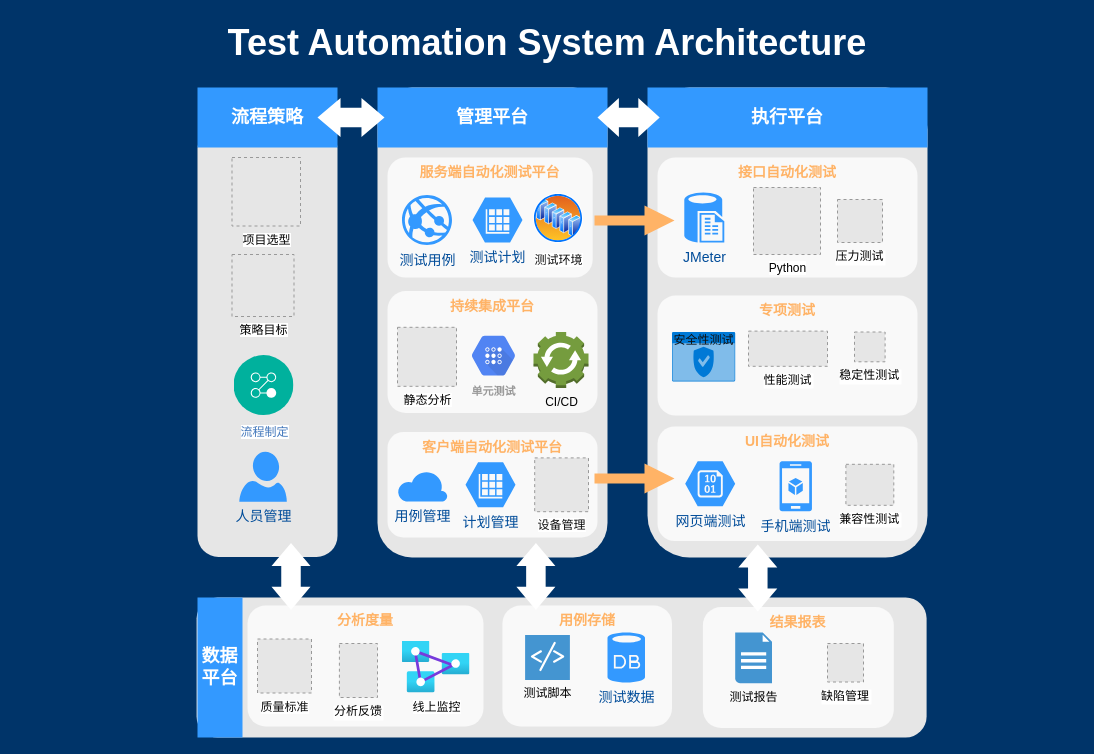
Above: arch.drawio in xiongxiaoqing614/diagrams (draw.io), before the change. Source tidied: cells renumbered, new cells numbered last; positions are measured from the earlier drawing's top-left corner, leaving out a move shared by most shapes. Both pictures are drawn from the tidied source at 100%, with x=0, y=0 at pixel (17, 17). Pictures stored in the file or linked from it are replaced by grey dashed boxes.
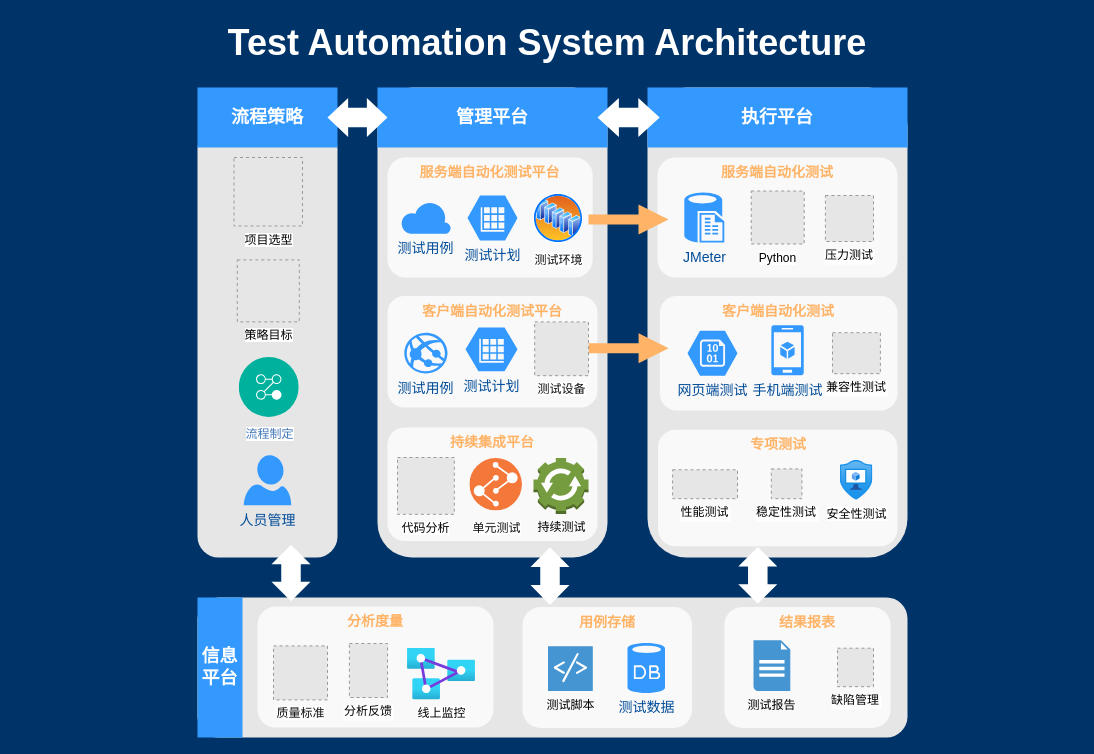
The same page after the edit.

Change to the diagram source:
```diff
@@
     <mxCell id="2" style="rounded=1;whiteSpace=wrap;html=1;dashed=1;strokeColor=none;strokeWidth=2;fillColor=#E6E6E6;fontFamily=Verdana;fontSize=12;fontColor=#00BEF2;" parent="1" vertex="1">
-      <mxGeometry x="180" y="110" width="140" height="429.4" as="geometry" />
+      <mxGeometry x="180" y="110.6" width="140" height="429.4" as="geometry" />
     </mxCell>
@@
     <mxCell id="4" style="rounded=1;whiteSpace=wrap;html=1;dashed=1;strokeColor=none;strokeWidth=2;fillColor=#E6E6E6;fontFamily=Verdana;fontSize=12;fontColor=#00BEF2;" parent="1" vertex="1">
-      <mxGeometry x="630" y="70" width="280" height="470" as="geometry" />
+      <mxGeometry x="630" y="70" width="260" height="470" as="geometry" />
     </mxCell>
@@
     <mxCell id="7" value="&lt;span&gt;执行平台&lt;/span&gt;" style="whiteSpace=wrap;html=1;dashed=1;strokeColor=none;strokeWidth=2;fillColor=#3399FF;fontFamily=Helvetica;fontSize=18;fontColor=#FFFFFF;fontStyle=1;" parent="1" vertex="1">
-      <mxGeometry x="630" y="70" width="280" height="60" as="geometry" />
+      <mxGeometry x="630" y="70" width="260" height="60" as="geometry" />
     </mxCell>
     <mxCell id="8" style="shape=mxgraph.arrows.two_way_arrow_horizontal;html=1;verticalLabelPosition=bottom;verticalAlign=top;strokeWidth=2;strokeColor=none;dashed=1;fillColor=#FFFFFF;fontFamily=Verdana;fontSize=12;fontColor=#00BEF2;" parent="1" vertex="1">
-      <mxGeometry x="300" y="80.5" width="67" height="39" as="geometry" />
+      <mxGeometry x="310" y="80.5" width="60" height="39" as="geometry" />
     </mxCell>
@@
     <mxCell id="10" value="人员管理" style="verticalLabelPosition=bottom;html=1;verticalAlign=top;strokeColor=none;fillColor=#3399FF;shape=mxgraph.azure.user;dashed=1;fontSize=14;fontColor=#004C99;" parent="1" vertex="1">
-      <mxGeometry x="221.8" y="434.2" width="47.5" height="50" as="geometry" />
+      <mxGeometry x="226.2" y="437.8" width="47.5" height="50" as="geometry" />
     </mxCell>
@@
-    <mxCell id="12" value="接口自动化测试" style="rounded=1;whiteSpace=wrap;html=1;dashed=1;strokeColor=none;strokeWidth=2;fillColor=#FFFFFF;fontFamily=Helvetica;fontSize=14;fontColor=#FFB366;opacity=75;verticalAlign=top;fontStyle=1;" parent="1" vertex="1">
-      <mxGeometry x="640" y="140" width="260" height="120" as="geometry" />
+    <mxCell id="12" value="服务端自动化测试" style="rounded=1;whiteSpace=wrap;html=1;dashed=1;strokeColor=none;strokeWidth=2;fillColor=#FFFFFF;fontFamily=Helvetica;fontSize=14;fontColor=#FFB366;opacity=75;verticalAlign=top;fontStyle=1;" parent="1" vertex="1">
+      <mxGeometry x="640" y="140" width="240" height="120" as="geometry" />
     </mxCell>
-    <mxCell id="13" value="UI自动化测试" style="rounded=1;whiteSpace=wrap;html=1;dashed=1;strokeColor=none;strokeWidth=2;fillColor=#FFFFFF;fontFamily=Helvetica;fontSize=14;fontColor=#FFB366;opacity=75;verticalAlign=top;fontStyle=1;" parent="1" vertex="1">
-      <mxGeometry x="640" y="409" width="260" height="114.5" as="geometry" />
+    <mxCell id="13" value="客户端自动化测试" style="rounded=1;whiteSpace=wrap;html=1;dashed=1;strokeColor=none;strokeWidth=2;fillColor=#FFFFFF;fontFamily=Helvetica;fontSize=14;fontColor=#FFB366;opacity=75;verticalAlign=top;fontStyle=1;" parent="1" vertex="1">
+      <mxGeometry x="642.2" y="278.5" width="237.8" height="114.5" as="geometry" />
     </mxCell>
@@
     <mxCell id="15" value="网页端测试" style="verticalLabelPosition=bottom;html=1;verticalAlign=top;strokeColor=none;fillColor=#3399FF;shape=mxgraph.azure.storage_blob;dashed=1;fontFamily=Helvetica;fontSize=14;fontColor=#004C99;" parent="1" vertex="1">
-      <mxGeometry x="667.7" y="443.8" width="50" height="45" as="geometry" />
+      <mxGeometry x="670" y="313.2" width="50" height="45" as="geometry" />
     </mxCell>
     <mxCell id="16" value="客户端自动化测试平台" style="rounded=1;whiteSpace=wrap;html=1;dashed=1;strokeColor=none;strokeWidth=2;fillColor=#FFFFFF;fontFamily=Helvetica;fontSize=14;fontColor=#FFB366;opacity=75;verticalAlign=top;fontStyle=1;" parent="1" vertex="1">
-      <mxGeometry x="370" y="414.5" width="210" height="105.5" as="geometry" />
+      <mxGeometry x="370" y="278.5" width="210" height="111.5" as="geometry" />
     </mxCell>
-    <mxCell id="17" value="用例管理" style="verticalLabelPosition=bottom;html=1;verticalAlign=top;strokeColor=none;fillColor=#3399FF;shape=mxgraph.azure.cloud;dashed=1;fontSize=14;fontColor=#004C99;" parent="1" vertex="1">
-      <mxGeometry x="380" y="453.2" width="50" height="31" as="geometry" />
-    </mxCell>
     <mxCell id="18" style="arrow;html=1;endArrow=block;endFill=1;strokeColor=none;strokeWidth=4;fontFamily=Helvetica;fontSize=36;fontColor=#FFB366;fillColor=#FFB366;" parent="1" edge="1">
       <mxGeometry relative="1" as="geometry">
-        <mxPoint x="577" y="461" as="sourcePoint" />
-        <mxPoint x="657" y="461" as="targetPoint" />
+        <mxPoint x="571.1" y="330.7" as="sourcePoint" />
+        <mxPoint x="651.1" y="330.7" as="targetPoint" />
       </mxGeometry>
     </mxCell>
@@
-    <mxCell id="20" value="测试用例" style="verticalLabelPosition=bottom;html=1;verticalAlign=top;strokeColor=none;fillColor=#3399FF;shape=mxgraph.azure.azure_website;dashed=1;fontSize=14;fontColor=#004C99;" parent="1" vertex="1">
-      <mxGeometry x="384.5" y="177.5" width="50" height="50" as="geometry" />
-    </mxCell>
-    <mxCell id="21" value="计划管理" style="verticalLabelPosition=bottom;html=1;verticalAlign=top;strokeColor=none;fillColor=#3399FF;shape=mxgraph.azure.storage_table;dashed=1;fontFamily=Helvetica;fontSize=14;fontColor=#004C99;" parent="1" vertex="1">
-      <mxGeometry x="448" y="444.8" width="50" height="45" as="geometry" />
+    <mxCell id="21" value="测试计划" style="verticalLabelPosition=bottom;html=1;verticalAlign=top;strokeColor=none;fillColor=#3399FF;shape=mxgraph.azure.storage_table;dashed=1;fontFamily=Helvetica;fontSize=14;fontColor=#004C99;" parent="1" vertex="1">
+      <mxGeometry x="448" y="310" width="52" height="43.7" as="geometry" />
     </mxCell>
     <mxCell id="22" value="测试计划" style="verticalLabelPosition=bottom;html=1;verticalAlign=top;strokeColor=none;fillColor=#3399FF;shape=mxgraph.azure.storage_table;dashed=1;fontFamily=Helvetica;fontSize=14;fontColor=#004C99;" parent="1" vertex="1">
-      <mxGeometry x="455" y="180" width="50" height="45" as="geometry" />
+      <mxGeometry x="450" y="178" width="50" height="45" as="geometry" />
     </mxCell>
     <mxCell id="23" value="Python" style="fillColor=#E6E6E6;strokeColor=#999999;dashed=1;html=1;verticalAlign=top;verticalLabelPosition=bottom;labelBackgroundColor=#ffffff;" parent="1" vertex="1">
-      <mxGeometry x="736" y="170" width="67" height="67" as="geometry" />
+      <mxGeometry x="733.7" y="173.5" width="53" height="53" as="geometry" />
     </mxCell>
     <mxCell id="24" value="手机端测试" style="verticalLabelPosition=bottom;html=1;verticalAlign=top;strokeColor=none;fillColor=#3399FF;shape=mxgraph.azure.mobile_services;dashed=1;fontFamily=Helvetica;fontSize=14;fontColor=#004C99;" parent="1" vertex="1">
-      <mxGeometry x="762" y="443.8" width="32.5" height="50" as="geometry" />
+      <mxGeometry x="753.8" y="307.7" width="32.5" height="50" as="geometry" />
     </mxCell>
     <mxCell id="25" value="压力测试" style="fillColor=#E6E6E6;strokeColor=#999999;dashed=1;verticalLabelPosition=bottom;labelBackgroundColor=#ffffff;verticalAlign=top;" parent="1" vertex="1">
-      <mxGeometry x="820" y="182" width="45" height="43" as="geometry" />
+      <mxGeometry x="807.9" y="178" width="48.1" height="46" as="geometry" />
     </mxCell>
-    <mxCell id="26" value="兼容性测试" style="fillColor=#E6E6E6;strokeColor=#999999;dashed=1;verticalLabelPosition=bottom;labelBackgroundColor=#ffffff;verticalAlign=top;" parent="1" vertex="1">
-      <mxGeometry x="828.4" y="446.8" width="47.9" height="41" as="geometry" />
-    </mxCell>
     <mxCell id="27" value="持续集成平台" style="rounded=1;whiteSpace=wrap;html=1;dashed=1;strokeColor=none;strokeWidth=2;fillColor=#FFFFFF;fontFamily=Helvetica;fontSize=14;fontColor=#FFB366;opacity=75;verticalAlign=top;fontStyle=1;" parent="1" vertex="1">
-      <mxGeometry x="370" y="273.6" width="210" height="121.9" as="geometry" />
+      <mxGeometry x="370" y="410" width="210" height="113.5" as="geometry" />
     </mxCell>
     <mxCell id="28" value="流程制定" style="perimeter=ellipsePerimeter;html=1;align=center;shadow=0;dashed=0;fontColor=#4277BB;labelBackgroundColor=#ffffff;fontSize=12;spacingTop=3;image;image=img/lib/ibm/management/process_management.svg;" parent="1" vertex="1">
-      <mxGeometry x="216.5" y="338.1" width="60" height="60" as="geometry" />
+      <mxGeometry x="221.8" y="340" width="60" height="60" as="geometry" />
     </mxCell>
     <mxCell id="29" value="项目选型" style="fillColor=#E6E6E6;strokeColor=#999999;dashed=1;html=1;verticalAlign=top;verticalLabelPosition=bottom;labelBackgroundColor=#ffffff;" parent="1" vertex="1">
-      <mxGeometry x="214.5" y="140" width="68.5" height="68.5" as="geometry" />
+      <mxGeometry x="216.5" y="140" width="68.5" height="68.5" as="geometry" />
     </mxCell>
     <mxCell id="30" value="策略目标" style="fillColor=#E6E6E6;strokeColor=#999999;dashed=1;html=1;verticalAlign=top;verticalLabelPosition=bottom;labelBackgroundColor=#ffffff;" parent="1" vertex="1">
-      <mxGeometry x="214.5" y="237" width="62" height="62" as="geometry" />
+      <mxGeometry x="219.8" y="242.4" width="62" height="62" as="geometry" />
     </mxCell>
-    <mxCell id="31" value="单元测试" style="html=1;fillColor=#5184F3;strokeColor=none;verticalAlign=top;labelPosition=center;verticalLabelPosition=bottom;align=center;spacingTop=-6;fontSize=11;fontStyle=1;fontColor=#999999;shape=mxgraph.gcp2.hexIcon;prIcon=cloud_test_lab;" parent="1" vertex="1">
-      <mxGeometry x="443" y="308.9" width="66" height="58.5" as="geometry" />
-    </mxCell>
     <mxCell id="32" style="rounded=1;whiteSpace=wrap;html=1;dashed=1;strokeColor=none;strokeWidth=2;fillColor=#E6E6E6;fontFamily=Verdana;fontSize=12;fontColor=#00BEF2;" parent="1" vertex="1">
-      <mxGeometry x="179.1" y="580" width="730" height="140" as="geometry" />
+      <mxGeometry x="180" y="580" width="710" height="140" as="geometry" />
     </mxCell>
-    <mxCell id="33" value="数据平台" style="whiteSpace=wrap;html=1;dashed=1;strokeColor=none;strokeWidth=2;fillColor=#3399FF;fontFamily=Helvetica;fontSize=18;fontColor=#FFFFFF;fontStyle=1;" parent="1" vertex="1">
+    <mxCell id="33" value="信息平台" style="whiteSpace=wrap;html=1;dashed=1;strokeColor=none;strokeWidth=2;fillColor=#3399FF;fontFamily=Helvetica;fontSize=18;fontColor=#FFFFFF;fontStyle=1;" parent="1" vertex="1">
       <mxGeometry x="180" y="580" width="45" height="140" as="geometry" />
     </mxCell>
     <mxCell id="34" value="用例存储" style="rounded=1;whiteSpace=wrap;html=1;dashed=1;strokeColor=none;strokeWidth=2;fillColor=#FFFFFF;fontFamily=Helvetica;fontSize=14;fontColor=#FFB366;opacity=75;verticalAlign=top;fontStyle=1;" parent="1" vertex="1">
-      <mxGeometry x="484.9" y="588" width="169.6" height="121" as="geometry" />
+      <mxGeometry x="505" y="589.5" width="169.6" height="121" as="geometry" />
     </mxCell>
     <mxCell id="35" value="测试数据" style="verticalLabelPosition=bottom;html=1;verticalAlign=top;strokeColor=none;fillColor=#3399FF;shape=mxgraph.azure.database;dashed=1;fontFamily=Helvetica;fontSize=14;fontColor=#004C99;" parent="1" vertex="1">
-      <mxGeometry x="590" y="615" width="37.5" height="50" as="geometry" />
+      <mxGeometry x="610" y="625.4" width="37.5" height="50" as="geometry" />
     </mxCell>
     <mxCell id="36" value="测试脚本" style="shadow=0;dashed=0;html=1;strokeColor=none;fillColor=#4495D1;labelPosition=center;verticalLabelPosition=bottom;verticalAlign=top;align=center;shape=mxgraph.veeam.script;" parent="1" vertex="1">
-      <mxGeometry x="507.6" y="617.6" width="44.8" height="44.8" as="geometry" />
+      <mxGeometry x="530.5" y="628.7" width="44.8" height="44.8" as="geometry" />
     </mxCell>
     <mxCell id="37" value="结果报表" style="rounded=1;whiteSpace=wrap;html=1;dashed=1;strokeColor=none;strokeWidth=2;fillColor=#FFFFFF;fontFamily=Helvetica;fontSize=14;fontColor=#FFB366;opacity=75;verticalAlign=top;fontStyle=1;" parent="1" vertex="1">
-      <mxGeometry x="685.4" y="589.5" width="190.9" height="121" as="geometry" />
+      <mxGeometry x="706.8" y="589.5" width="166.3" height="121" as="geometry" />
     </mxCell>
     <mxCell id="38" value="测试报告" style="shadow=0;dashed=0;html=1;strokeColor=none;fillColor=#4495D1;labelPosition=center;verticalLabelPosition=bottom;verticalAlign=top;align=center;shape=mxgraph.veeam.2d.report;" parent="1" vertex="1">
-      <mxGeometry x="717.7" y="614.9" width="36.8" height="50.8" as="geometry" />
+      <mxGeometry x="736" y="622.7" width="36.8" height="50.8" as="geometry" />
     </mxCell>
     <mxCell id="39" value="缺陷管理" style="fillColor=#E6E6E6;strokeColor=#999999;dashed=1;verticalLabelPosition=bottom;labelBackgroundColor=#ffffff;verticalAlign=top;" parent="1" vertex="1">
-      <mxGeometry x="810" y="626" width="36" height="38.5" as="geometry" />
+      <mxGeometry x="820" y="630.7" width="36" height="38.5" as="geometry" />
     </mxCell>
     <mxCell id="40" value="专项测试" style="rounded=1;whiteSpace=wrap;html=1;dashed=1;strokeColor=none;strokeWidth=2;fillColor=#FFFFFF;fontFamily=Helvetica;fontSize=14;fontColor=#FFB366;opacity=75;verticalAlign=top;fontStyle=1;" parent="1" vertex="1">
-      <mxGeometry x="640" y="278.1" width="260" height="120" as="geometry" />
+      <mxGeometry x="640.5" y="412.3" width="239.5" height="116.5" as="geometry" />
     </mxCell>
-    <mxCell id="41" value="安全性测试" style="html=1;strokeColor=none;fillColor=#0079D6;labelPosition=center;verticalLabelPosition=middle;verticalAlign=top;align=center;fontSize=12;spacingTop=-6;shape=mxgraph.sitemap.security;fontColor=#0F0F0F;" parent="1" vertex="1">
-      <mxGeometry x="654.5" y="314.5" width="63.2" height="49.5" as="geometry" />
-    </mxCell>
     <mxCell id="42" value="稳定性测试" style="fillColor=#E6E6E6;strokeColor=#999999;dashed=1;verticalLabelPosition=bottom;labelBackgroundColor=#ffffff;verticalAlign=top;" parent="1" vertex="1">
-      <mxGeometry x="837" y="314.5" width="30.6" height="29.8" as="geometry" />
+      <mxGeometry x="753.8" y="451.4" width="30.6" height="29.8" as="geometry" />
     </mxCell>
     <mxCell id="43" value="性能测试" style="fillColor=#E6E6E6;strokeColor=#999999;dashed=1;verticalLabelPosition=bottom;labelBackgroundColor=#ffffff;verticalAlign=top;" parent="1" vertex="1">
-      <mxGeometry x="731" y="313.6" width="79" height="35.2" as="geometry" />
+      <mxGeometry x="655.1" y="452.3" width="64.9" height="28.9" as="geometry" />
     </mxCell>
-    <mxCell id="44" value="静态分析" style="fillColor=#E6E6E6;strokeColor=#999999;dashed=1;html=1;verticalAlign=top;verticalLabelPosition=bottom;labelBackgroundColor=#ffffff;" parent="1" vertex="1">
-      <mxGeometry x="380" y="309.8" width="59" height="59" as="geometry" />
+    <mxCell id="44" value="代码分析" style="fillColor=#E6E6E6;strokeColor=#999999;dashed=1;html=1;verticalAlign=top;verticalLabelPosition=bottom;labelBackgroundColor=#ffffff;" parent="1" vertex="1">
+      <mxGeometry x="380" y="440" width="56.8" height="56.8" as="geometry" />
     </mxCell>
     <mxCell id="45" style="arrow;html=1;endArrow=block;endFill=1;strokeColor=none;strokeWidth=4;fontFamily=Helvetica;fontSize=36;fontColor=#FFB366;fillColor=#FFB366;opacity=100;" parent="1" edge="1">
       <mxGeometry relative="1" as="geometry">
-        <mxPoint x="577" y="203" as="sourcePoint" />
-        <mxPoint x="657" y="203" as="targetPoint" />
+        <mxPoint x="571" y="202" as="sourcePoint" />
+        <mxPoint x="651" y="202" as="targetPoint" />
       </mxGeometry>
     </mxCell>
     <mxCell id="46" value="分析度量" style="rounded=1;whiteSpace=wrap;html=1;dashed=1;strokeColor=none;strokeWidth=2;fillColor=#FFFFFF;fontFamily=Helvetica;fontSize=14;fontColor=#FFB366;opacity=75;verticalAlign=top;fontStyle=1;" parent="1" vertex="1">
-      <mxGeometry x="230" y="588" width="236" height="121" as="geometry" />
+      <mxGeometry x="240" y="589.1" width="236" height="121" as="geometry" />
     </mxCell>
     <mxCell id="47" value="分析反馈" style="fillColor=#E6E6E6;strokeColor=#999999;dashed=1;verticalLabelPosition=bottom;labelBackgroundColor=#ffffff;verticalAlign=top;" parent="1" vertex="1">
-      <mxGeometry x="321.9" y="626" width="38.1" height="54" as="geometry" />
+      <mxGeometry x="331.9" y="626" width="38.1" height="54" as="geometry" />
     </mxCell>
     <mxCell id="48" value="线上监控" style="html=1;align=center;image;fontSize=12;image=img/lib/azure2/analytics/Analysis_Services.svg;" parent="1" vertex="1">
-      <mxGeometry x="384.5" y="623.7" width="68" height="51.8" as="geometry" />
+      <mxGeometry x="390" y="630.6" width="68" height="51.8" as="geometry" />
     </mxCell>
     <mxCell id="49" value="质量标准" style="fillColor=#E6E6E6;strokeColor=#999999;dashed=1;html=1;verticalAlign=top;verticalLabelPosition=bottom;labelBackgroundColor=#ffffff;fontColor=#0F0F0F;" parent="1" vertex="1">
-      <mxGeometry x="240" y="621.5" width="54" height="54" as="geometry" />
+      <mxGeometry x="256" y="628.4" width="54" height="54" as="geometry" />
     </mxCell>
-    <mxCell id="50" value="CI/CD" style="dashed=0;verticalLabelPosition=bottom;verticalAlign=top;align=center;html=1;shape=mxgraph.aws3.automation;fillColor=#759C3E;gradientColor=none;" parent="1" vertex="1">
-      <mxGeometry x="516" y="314.5" width="55" height="56" as="geometry" />
+    <mxCell id="50" value="持续测试" style="dashed=0;verticalLabelPosition=bottom;verticalAlign=top;align=center;html=1;shape=mxgraph.aws3.automation;fillColor=#759C3E;gradientColor=none;" parent="1" vertex="1">
+      <mxGeometry x="516" y="440.4" width="55" height="56" as="geometry" />
     </mxCell>
@@
-    <mxCell id="52" value="设备管理" style="fillColor=#E6E6E6;strokeColor=#999999;dashed=1;html=1;verticalAlign=top;verticalLabelPosition=bottom;labelBackgroundColor=#ffffff;fontColor=#0F0F0F;" parent="1" vertex="1">
-      <mxGeometry x="517.2" y="440.4" width="53.8" height="53.8" as="geometry" />
+    <mxCell id="52" value="测试设备" style="fillColor=#E6E6E6;strokeColor=#999999;dashed=1;html=1;verticalAlign=top;verticalLabelPosition=bottom;labelBackgroundColor=#ffffff;fontColor=#0F0F0F;" parent="1" vertex="1">
+      <mxGeometry x="517.2" y="304.4" width="53.8" height="53.8" as="geometry" />
     </mxCell>
     <mxCell id="53" style="shape=mxgraph.arrows.two_way_arrow_horizontal;html=1;verticalLabelPosition=bottom;verticalAlign=top;strokeWidth=2;strokeColor=none;dashed=1;fillColor=#FFFFFF;fontFamily=Verdana;fontSize=12;fontColor=#00BEF2;rotation=90;" parent="1" vertex="1">
-      <mxGeometry x="240" y="539.4" width="67" height="39" as="geometry" />
+      <mxGeometry x="245.2" y="536" width="56.6" height="39" as="geometry" />
     </mxCell>
     <mxCell id="54" style="shape=mxgraph.arrows.two_way_arrow_horizontal;html=1;verticalLabelPosition=bottom;verticalAlign=top;strokeWidth=2;strokeColor=none;dashed=1;fillColor=#FFFFFF;fontFamily=Verdana;fontSize=12;fontColor=#00BEF2;rotation=90;" parent="1" vertex="1">
-      <mxGeometry x="484.9" y="539.4" width="67" height="39" as="geometry" />
+      <mxGeometry x="503.7" y="539.1" width="57.6" height="39" as="geometry" />
     </mxCell>
     <mxCell id="55" style="shape=mxgraph.arrows.two_way_arrow_horizontal;html=1;verticalLabelPosition=bottom;verticalAlign=top;strokeWidth=2;strokeColor=none;dashed=1;fillColor=#FFFFFF;fontFamily=Verdana;fontSize=12;fontColor=#00BEF2;rotation=90;" parent="1" vertex="1">
-      <mxGeometry x="706.8" y="541" width="67" height="39" as="geometry" />
+      <mxGeometry x="711.9" y="538.3" width="56.8" height="39" as="geometry" />
     </mxCell>
+    <mxCell id="26" value="兼容性测试" style="fillColor=#E6E6E6;strokeColor=#999999;dashed=1;verticalLabelPosition=bottom;labelBackgroundColor=#ffffff;verticalAlign=top;" parent="1" vertex="1">
+      <mxGeometry x="815" y="315.2" width="47.9" height="41" as="geometry" />
+    </mxCell>
+    <mxCell id="31" value="&lt;font color=&quot;#0f0f0f&quot;&gt;单元测试&lt;/font&gt;" style="perimeter=ellipsePerimeter;html=1;align=center;shadow=0;dashed=0;fontColor=#4277BB;labelBackgroundColor=#ffffff;fontSize=12;spacingTop=3;image;image=img/lib/ibm/devops/build_test.svg;" parent="1" vertex="1">
+      <mxGeometry x="452.4" y="441" width="52.6" height="52.6" as="geometry" />
+    </mxCell>
+    <mxCell id="56" value="测试用例" style="verticalLabelPosition=bottom;html=1;verticalAlign=top;strokeColor=none;fillColor=#3399FF;shape=mxgraph.azure.cloud;dashed=1;fontSize=14;fontColor=#004C99;" parent="1" vertex="1">
+      <mxGeometry x="383.4" y="183.8" width="50" height="32.5" as="geometry" />
+    </mxCell>
+    <mxCell id="20" value="测试用例" style="verticalLabelPosition=bottom;html=1;verticalAlign=top;strokeColor=none;fillColor=#3399FF;shape=mxgraph.azure.azure_website;dashed=1;fontSize=14;fontColor=#004C99;" parent="1" vertex="1">
+      <mxGeometry x="386.8" y="315.2" width="43.2" height="40.7" as="geometry" />
+    </mxCell>
+    <mxCell id="41" value="安全性测试" style="html=1;align=center;image;fontSize=12;image=img/lib/azure2/security/Application_Security_Groups.svg;" parent="1" vertex="1">
+      <mxGeometry x="822.6" y="442.9" width="32.8" height="39.8" as="geometry" />
+    </mxCell>
```
